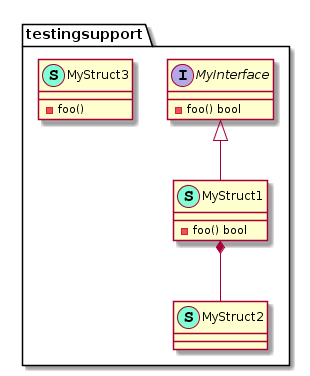
Above: example/example.png in thgoexpt/PlantUML-Class-Diagram-Generator-for-golang-projects (PlantUML), before the change. The source it was exported from:
```plantuml
@startuml
namespace testingsupport {
    interface MyInterface  {
        - foo() bool

    }
    class MyStruct1 << (S,Aquamarine) >> {
        - foo() bool

    }
    class MyStruct2 << (S,Aquamarine) >> {
    }
    class MyStruct3 << (S,Aquamarine) >> {
        - foo()

    }
}
testingsupport.MyStruct1 *-- testingsupport.MyStruct2

testingsupport.MyInterface <|-- testingsupport.MyStruct1
@enduml
```
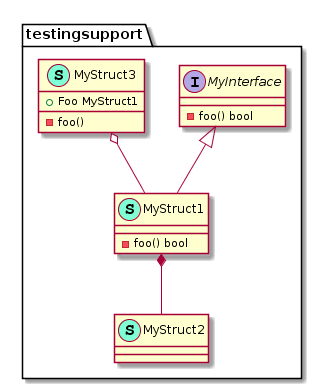
After the commit.

Commit message:
Change the example image in the readme to reflect the plant uml code Fixes #43

Change to the diagram source:
```diff
@@ -13,9 +13,13 @@
     class MyStruct3 << (S,Aquamarine) >> {
         - foo()
 
+        + Foo MyStruct1
+
     }
 }
 testingsupport.MyStruct1 *-- testingsupport.MyStruct2
 
 testingsupport.MyInterface <|-- testingsupport.MyStruct1
+
+testingsupport.MyStruct3 o-- testingsupport.MyStruct1
 @enduml
```
